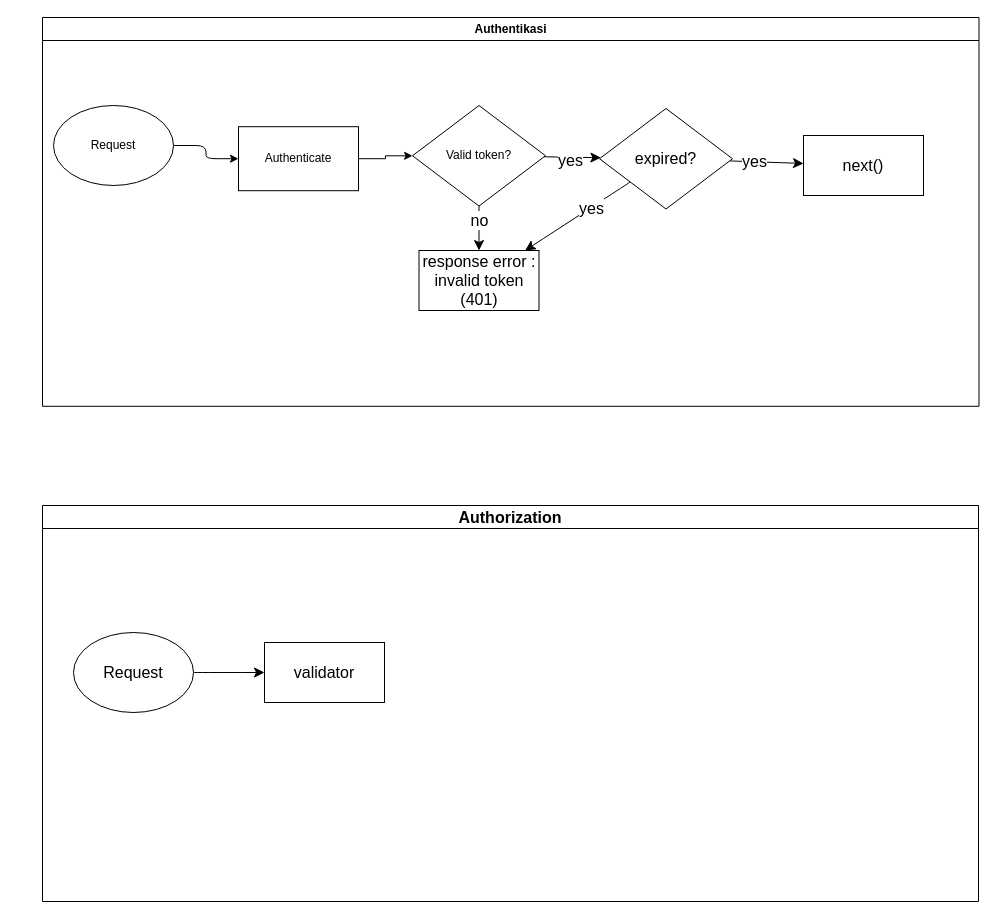
Earlier version of the draw.io diagram final-project.drawio (Mamangbili/draw-io). Source tidied: cells renumbered, new cells numbered last; positions are measured from the earlier drawing's top-left corner, leaving out a move shared by most shapes. Both pictures are drawn from the tidied source at 100%, with x=0, y=0 at pixel (42, 17).
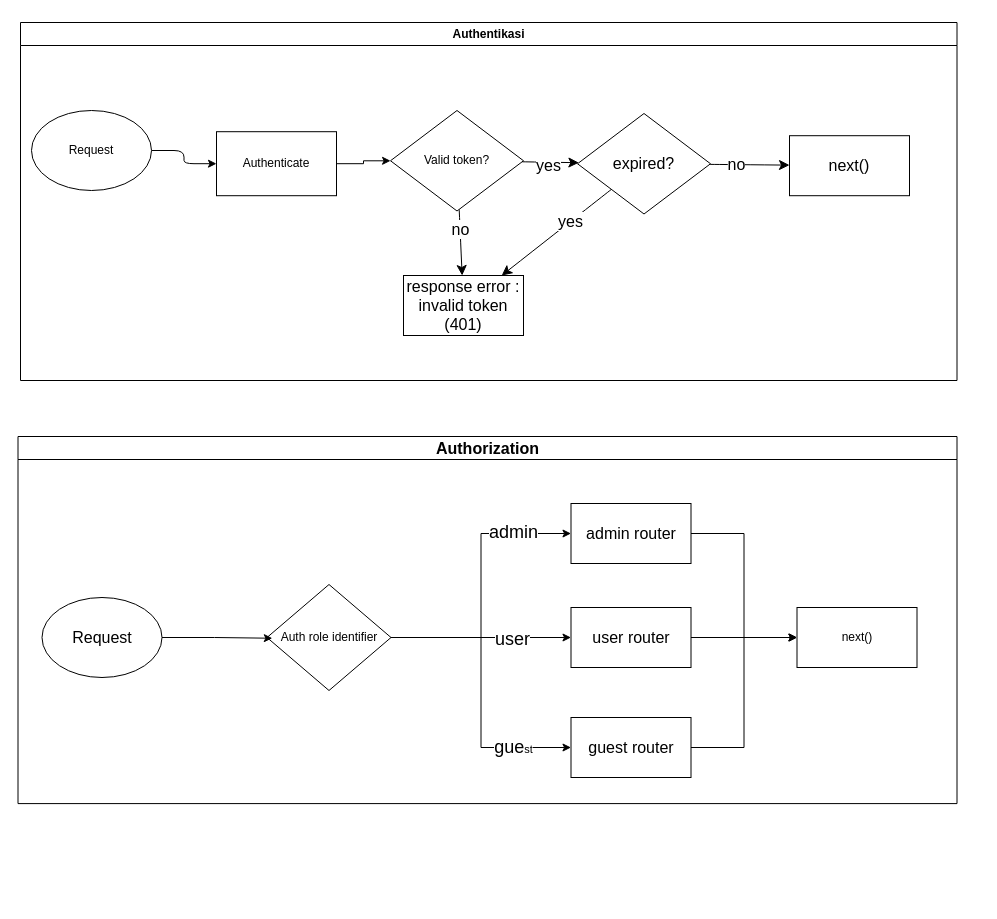
Above is the later version.

The change refers to these unchanged cells:
```xml
<mxCell id="15" style="edgeStyle=none;curved=1;rounded=0;jettySize=auto;html=1;fontSize=12;startSize=8;endSize=8;" parent="2" edge="1" source="17" target="18">
  <mxGeometry relative="1" as="geometry" />
</mxCell>
```

Change to the diagram source:
```diff
@@
     <mxCell id="2" value="Authentikasi" style="swimlane;whiteSpace=wrap;html=1;" parent="1" vertex="1">
-      <mxGeometry width="936.5" height="388.8" as="geometry" />
+      <mxGeometry x="-22" y="5" width="936.5" height="358" as="geometry" />
     </mxCell>
@@
     <mxCell id="12" value="response error :&lt;br&gt;invalid token (401)" style="whiteSpace=wrap;html=1;fontSize=16;" parent="2" vertex="1">
-      <mxGeometry x="376.5" y="233" width="120" height="60" as="geometry" />
+      <mxGeometry x="383" y="253" width="120" height="60" as="geometry" />
     </mxCell>
@@
-    <mxCell id="16" value="yes" style="edgeLabel;html=1;align=center;verticalAlign=middle;fontSize=16;" parent="15" vertex="1">
+    <mxCell id="16" value="no" style="edgeLabel;html=1;align=center;verticalAlign=middle;fontSize=16;" parent="15" vertex="1">
       <mxGeometry x="-0.36" y="1" relative="1" as="geometry" />
     </mxCell>
@@
     <mxCell id="18" value="next()" style="whiteSpace=wrap;html=1;fontSize=16;" parent="2" vertex="1">
-      <mxGeometry x="761" y="118" width="120" height="60" as="geometry" />
+      <mxGeometry x="769" y="113.2" width="120" height="60" as="geometry" />
     </mxCell>
     <mxCell id="19" value="Authorization" style="swimlane;whiteSpace=wrap;html=1;fontSize=16;" parent="1" vertex="1">
-      <mxGeometry y="488" width="936" height="396" as="geometry" />
+      <mxGeometry x="-24.5" y="419" width="939" height="367.1" as="geometry" />
     </mxCell>
-    <mxCell id="20" style="edgeStyle=none;curved=1;rounded=0;jettySize=auto;html=1;fontSize=12;startSize=8;endSize=8;" parent="19" edge="1" source="21" target="22">
-      <mxGeometry relative="1" as="geometry" />
-    </mxCell>
     <mxCell id="21" value="Request" style="ellipse;whiteSpace=wrap;html=1;fontSize=16;" parent="19" vertex="1">
-      <mxGeometry x="31" y="127" width="120" height="80" as="geometry" />
+      <mxGeometry x="24" y="161" width="120" height="80" as="geometry" />
     </mxCell>
-    <mxCell id="22" value="validator" style="whiteSpace=wrap;html=1;fontSize=16;" parent="19" vertex="1">
-      <mxGeometry x="222" y="137" width="120" height="60" as="geometry" />
-    </mxCell>
+    <mxCell id="23" style="edgeStyle=orthogonalEdgeStyle;rounded=0;jettySize=auto;html=1;entryX=0;entryY=0.5;entryDx=0;entryDy=0;" parent="19" edge="1" source="24" target="37">
+      <mxGeometry relative="1" as="geometry" />
+    </mxCell>
+    <mxCell id="24" value="admin router" style="rounded=0;whiteSpace=wrap;html=1;fontSize=16;" parent="19" vertex="1">
+      <mxGeometry x="553" y="67" width="120" height="60" as="geometry" />
+    </mxCell>
+    <mxCell id="25" style="edgeStyle=orthogonalEdgeStyle;rounded=0;jettySize=auto;html=1;entryX=0;entryY=0.5;entryDx=0;entryDy=0;" parent="19" edge="1" source="26" target="37">
+      <mxGeometry relative="1" as="geometry" />
+    </mxCell>
+    <mxCell id="26" value="user router" style="rounded=0;whiteSpace=wrap;html=1;fontSize=16;" parent="19" vertex="1">
+      <mxGeometry x="553" y="171" width="120" height="60" as="geometry" />
+    </mxCell>
+    <mxCell id="27" style="edgeStyle=orthogonalEdgeStyle;rounded=0;jettySize=auto;html=1;entryX=0;entryY=0.5;entryDx=0;entryDy=0;" parent="19" edge="1" source="28" target="37">
+      <mxGeometry relative="1" as="geometry" />
+    </mxCell>
+    <mxCell id="28" value="guest router" style="whiteSpace=wrap;html=1;fontSize=16;rounded=0;" parent="19" vertex="1">
+      <mxGeometry x="553" y="281" width="120" height="60" as="geometry" />
+    </mxCell>
+    <mxCell id="29" style="edgeStyle=orthogonalEdgeStyle;rounded=0;jettySize=auto;html=1;entryX=0;entryY=0.5;entryDx=0;entryDy=0;" parent="19" edge="1" source="35" target="24">
+      <mxGeometry relative="1" as="geometry" />
+    </mxCell>
+    <mxCell id="30" value="&lt;font style=&quot;font-size: 18px;&quot;&gt;admin&lt;/font&gt;" style="edgeLabel;html=1;align=center;verticalAlign=middle;" parent="29" vertex="1">
+      <mxGeometry x="0.59" y="2" relative="1" as="geometry" />
+    </mxCell>
+    <mxCell id="31" style="edgeStyle=orthogonalEdgeStyle;rounded=0;jettySize=auto;html=1;entryX=0;entryY=0.5;entryDx=0;entryDy=0;" parent="19" edge="1" source="35" target="26">
+      <mxGeometry relative="1" as="geometry" />
+    </mxCell>
+    <mxCell id="32" value="&lt;font style=&quot;font-size: 18px;&quot;&gt;user&lt;/font&gt;" style="edgeLabel;html=1;align=center;verticalAlign=middle;" parent="31" vertex="1">
+      <mxGeometry x="0.34" y="-1" relative="1" as="geometry" />
+    </mxCell>
+    <mxCell id="33" style="edgeStyle=orthogonalEdgeStyle;rounded=0;jettySize=auto;html=1;entryX=0;entryY=0.5;entryDx=0;entryDy=0;" parent="19" edge="1" source="35" target="28">
+      <mxGeometry relative="1" as="geometry" />
+    </mxCell>
+    <mxCell id="34" value="&lt;font style=&quot;font-size: 18px;&quot;&gt;gue&lt;/font&gt;st" style="edgeLabel;html=1;align=center;verticalAlign=middle;" parent="33" vertex="1">
+      <mxGeometry x="0.6" y="1" relative="1" as="geometry" />
+    </mxCell>
+    <mxCell id="35" value="Auth role identifier" style="rhombus;whiteSpace=wrap;html=1;" parent="19" vertex="1">
+      <mxGeometry x="249" y="148" width="124" height="106" as="geometry" />
+    </mxCell>
+    <mxCell id="36" style="edgeStyle=orthogonalEdgeStyle;rounded=0;jettySize=auto;html=1;entryX=0.043;entryY=0.507;entryDx=0;entryDy=0;entryPerimeter=0;" parent="19" edge="1" source="21" target="35">
+      <mxGeometry relative="1" as="geometry" />
+    </mxCell>
+    <mxCell id="37" value="next()" style="rounded=0;whiteSpace=wrap;html=1;" parent="19" vertex="1">
+      <mxGeometry x="779" y="171" width="120" height="60" as="geometry" />
+    </mxCell>
```
